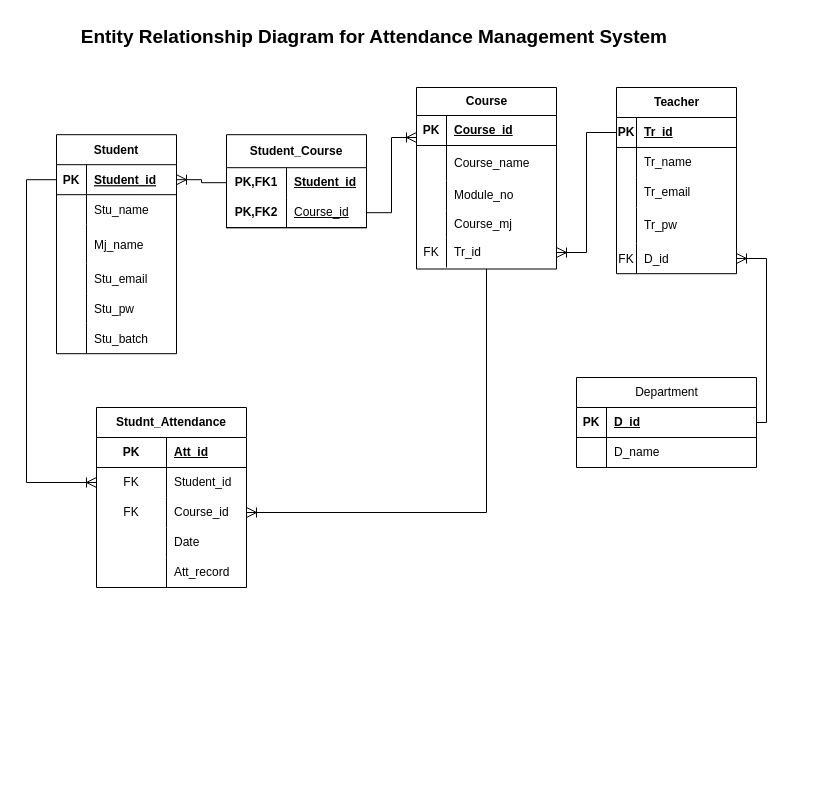
KhunMaungNgwee/InternShipProject keeps this draw.io diagram as ER.drawio. Above is the earlier version. Source tidied: cells renumbered, new cells numbered last; positions are measured from the earlier drawing's top-left corner, leaving out a move shared by most shapes. Both pictures are drawn from the tidied source at 100%, with x=0, y=0 at pixel (26, 17).
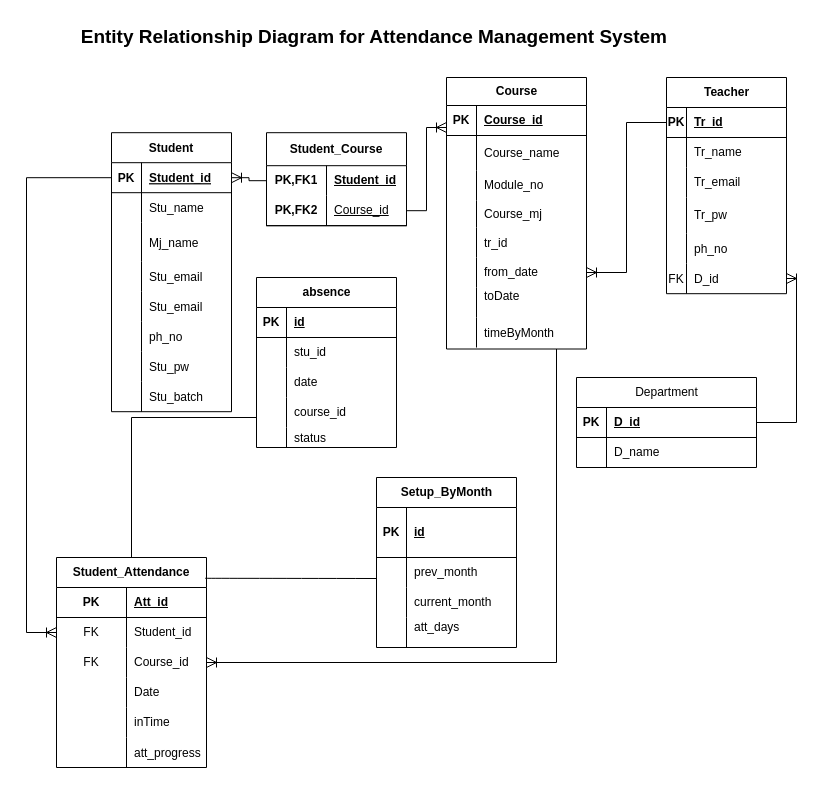
The same diagram, later.

The change refers to these unchanged cells:
```xml
<mxCell id="44" style="shape=tableRow;horizontal=0;startSize=0;swimlaneHead=0;swimlaneBody=0;fillColor=none;points=[[0,0.5],[1,0.5]];portConstraint=eastwest;top=0;left=0;right=0;bottom=0;" parent="37" vertex="1">
  <mxGeometry y="90" width="150" height="30" as="geometry" />
</mxCell>
<mxCell id="50" style="shape=tableRow;horizontal=0;startSize=0;swimlaneHead=0;swimlaneBody=0;fillColor=none;top=0;left=0;right=0;bottom=0;html=1;" parent="37" vertex="1">
  <mxGeometry y="150" width="150" height="30" as="geometry" />
</mxCell>
```

Diff of the diagram source:
```diff
@@
     <mxCell id="2" value="Student" style="shape=table;startSize=30;childLayout=tableLayout;rowLines=0;fontStyle=1;align=center;" parent="1" vertex="1">
-      <mxGeometry x="30" y="117.2" width="120" height="219" as="geometry" />
+      <mxGeometry x="85" y="115.2" width="120" height="279" as="geometry" />
     </mxCell>
@@
+    <mxCell id="90" style="shape=tableRow;horizontal=0;startSize=0;swimlaneHead=0;swimlaneBody=0;fillColor=none;top=0;left=0;right=0;bottom=0;" parent="2" vertex="1">
+      <mxGeometry y="129" width="120" height="30" as="geometry" />
+    </mxCell>
+    <mxCell id="91" style="shape=partialRectangle;fillColor=none;top=0;left=0;bottom=0;right=0;overflow=hidden;" parent="90" vertex="1">
+      <mxGeometry width="30" height="30" as="geometry" />
+    </mxCell>
+    <mxCell id="92" value="Stu_email" style="shape=partialRectangle;fillColor=none;top=0;left=0;bottom=0;right=0;align=left;spacingLeft=6;overflow=hidden;" parent="90" vertex="1">
+      <mxGeometry x="30" width="90" height="30" as="geometry" />
+    </mxCell>
     <mxCell id="12" style="shape=tableRow;horizontal=0;startSize=0;swimlaneHead=0;swimlaneBody=0;fillColor=none;top=0;left=0;right=0;bottom=0;" parent="2" vertex="1">
-      <mxGeometry y="129" width="120" height="30" as="geometry" />
+      <mxGeometry y="159" width="120" height="30" as="geometry" />
     </mxCell>
@@
+    <mxCell id="93" style="shape=tableRow;horizontal=0;startSize=0;swimlaneHead=0;swimlaneBody=0;fillColor=none;top=0;left=0;right=0;bottom=0;" parent="2" vertex="1">
+      <mxGeometry y="189" width="120" height="30" as="geometry" />
+    </mxCell>
+    <mxCell id="94" style="shape=partialRectangle;fillColor=none;top=0;left=0;bottom=0;right=0;overflow=hidden;" parent="93" vertex="1">
+      <mxGeometry width="30" height="30" as="geometry" />
+    </mxCell>
+    <mxCell id="95" value="ph_no" style="shape=partialRectangle;fillColor=none;top=0;left=0;bottom=0;right=0;align=left;spacingLeft=6;overflow=hidden;" parent="93" vertex="1">
+      <mxGeometry x="30" width="90" height="30" as="geometry" />
+    </mxCell>
     <mxCell id="15" style="shape=tableRow;horizontal=0;startSize=0;swimlaneHead=0;swimlaneBody=0;fillColor=none;top=0;left=0;right=0;bottom=0;" parent="2" vertex="1">
-      <mxGeometry y="159" width="120" height="30" as="geometry" />
+      <mxGeometry y="219" width="120" height="30" as="geometry" />
     </mxCell>
@@
     <mxCell id="18" style="shape=tableRow;horizontal=0;startSize=0;swimlaneHead=0;swimlaneBody=0;fillColor=none;top=0;left=0;right=0;bottom=0;" parent="2" vertex="1">
-      <mxGeometry y="189" width="120" height="30" as="geometry" />
+      <mxGeometry y="249" width="120" height="30" as="geometry" />
     </mxCell>
@@
     <mxCell id="21" value="Course" style="shape=table;startSize=28;childLayout=tableLayout;rowLines=0;fontStyle=1;align=center;html=1;" parent="1" vertex="1">
-      <mxGeometry x="390" y="70" width="140" height="181.5" as="geometry" />
+      <mxGeometry x="420" y="60" width="140" height="271.5" as="geometry" />
     </mxCell>
@@
+    <mxCell id="96" style="shape=tableRow;horizontal=0;startSize=0;swimlaneHead=0;swimlaneBody=0;fillColor=none;top=0;left=0;right=0;bottom=0;" parent="21" vertex="1">
+      <mxGeometry y="150" width="140" height="30" as="geometry" />
+    </mxCell>
+    <mxCell id="97" style="shape=partialRectangle;fillColor=none;top=0;left=0;bottom=0;right=0;overflow=hidden;" parent="96" vertex="1">
+      <mxGeometry width="30" height="30" as="geometry" />
+    </mxCell>
+    <mxCell id="98" value="tr_id" style="shape=partialRectangle;fillColor=none;top=0;left=0;bottom=0;right=0;align=left;spacingLeft=6;overflow=hidden;" parent="96" vertex="1">
+      <mxGeometry x="30" width="110" height="30" as="geometry" />
+    </mxCell>
     <mxCell id="34" style="shape=tableRow;horizontal=0;startSize=0;swimlaneHead=0;swimlaneBody=0;fillColor=none;points=[[0,0.5],[1,0.5]];portConstraint=eastwest;top=0;left=0;right=0;bottom=0;" parent="21" vertex="1">
-      <mxGeometry y="150" width="140" height="30" as="geometry" />
+      <mxGeometry y="180" width="140" height="30" as="geometry" />
     </mxCell>
-    <mxCell id="35" value="FK" style="shape=partialRectangle;fillColor=none;top=0;left=0;bottom=0;right=0;fontStyle=0;overflow=hidden;whiteSpace=wrap;html=1;" parent="34" vertex="1">
+    <mxCell id="35" style="shape=partialRectangle;fillColor=none;top=0;left=0;bottom=0;right=0;fontStyle=0;overflow=hidden;whiteSpace=wrap;html=1;" parent="34" vertex="1">
       <mxGeometry width="30" height="30" as="geometry" />
     </mxCell>
-    <mxCell id="36" value="Tr_id" style="shape=partialRectangle;fillColor=none;top=0;left=0;bottom=0;right=0;align=left;spacingLeft=6;fontStyle=0;overflow=hidden;whiteSpace=wrap;html=1;" parent="34" vertex="1">
+    <mxCell id="36" value="from_date" style="shape=partialRectangle;fillColor=none;top=0;left=0;bottom=0;right=0;align=left;spacingLeft=6;fontStyle=0;overflow=hidden;whiteSpace=wrap;html=1;" parent="34" vertex="1">
       <mxGeometry x="30" width="110" height="30" as="geometry" />
     </mxCell>
+    <mxCell id="99" style="shape=tableRow;horizontal=0;startSize=0;swimlaneHead=0;swimlaneBody=0;fillColor=none;top=0;left=0;right=0;bottom=0;" parent="21" vertex="1">
+      <mxGeometry y="210" width="140" height="30" as="geometry" />
+    </mxCell>
+    <mxCell id="100" style="shape=partialRectangle;fillColor=none;top=0;left=0;bottom=0;right=0;overflow=hidden;" parent="99" vertex="1">
+      <mxGeometry width="30" height="30" as="geometry" />
+    </mxCell>
+    <mxCell id="101" value="toDate&#10;" style="shape=partialRectangle;fillColor=none;top=0;left=0;bottom=0;right=0;align=left;spacingLeft=6;overflow=hidden;" parent="99" vertex="1">
+      <mxGeometry x="30" width="110" height="30" as="geometry" />
+    </mxCell>
+    <mxCell id="102" style="shape=tableRow;horizontal=0;startSize=0;swimlaneHead=0;swimlaneBody=0;fillColor=none;top=0;left=0;right=0;bottom=0;" parent="21" vertex="1">
+      <mxGeometry y="240" width="140" height="30" as="geometry" />
+    </mxCell>
+    <mxCell id="103" style="shape=partialRectangle;fillColor=none;top=0;left=0;bottom=0;right=0;overflow=hidden;" parent="102" vertex="1">
+      <mxGeometry width="30" height="30" as="geometry" />
+    </mxCell>
+    <mxCell id="104" value="timeByMonth" style="shape=partialRectangle;fillColor=none;top=0;left=0;bottom=0;right=0;align=left;spacingLeft=6;overflow=hidden;" parent="102" vertex="1">
+      <mxGeometry x="30" width="110" height="30" as="geometry" />
+    </mxCell>
-    <mxCell id="37" value="&lt;span style=&quot;text-wrap: nowrap;&quot;&gt;Studnt_Attendance&lt;/span&gt;" style="shape=table;startSize=30;childLayout=tableLayout;rowLines=0;fontStyle=1;align=center;html=1;whiteSpace=wrap;flipV=0;" parent="1" vertex="1">
-      <mxGeometry x="70" y="390" width="150" height="180" as="geometry" />
+    <mxCell id="37" value="&lt;span style=&quot;text-wrap: nowrap;&quot;&gt;Student_Attendance&lt;/span&gt;" style="shape=table;startSize=30;childLayout=tableLayout;rowLines=0;fontStyle=1;align=center;html=1;whiteSpace=wrap;flipV=0;" parent="1" vertex="1">
+      <mxGeometry x="30" y="540" width="150" height="210" as="geometry" />
     </mxCell>
@@
-    <mxCell id="52" value="Att_record" style="shape=partialRectangle;fillColor=none;top=0;left=0;bottom=0;right=0;align=left;spacingLeft=6;overflow=hidden;html=1;whiteSpace=wrap;" parent="50" vertex="1">
+    <mxCell id="52" value="inTime" style="shape=partialRectangle;fillColor=none;top=0;left=0;bottom=0;right=0;align=left;spacingLeft=6;overflow=hidden;html=1;whiteSpace=wrap;" parent="50" vertex="1">
       <mxGeometry x="70" width="80" height="30" as="geometry" />
     </mxCell>
+    <mxCell id="105" style="shape=tableRow;horizontal=0;startSize=0;swimlaneHead=0;swimlaneBody=0;fillColor=none;top=0;left=0;right=0;bottom=0;" parent="37" vertex="1">
+      <mxGeometry y="180" width="150" height="30" as="geometry" />
+    </mxCell>
+    <mxCell id="106" style="shape=partialRectangle;fillColor=none;top=0;left=0;bottom=0;right=0;overflow=hidden;" parent="105" vertex="1">
+      <mxGeometry width="70" height="30" as="geometry" />
+    </mxCell>
+    <mxCell id="107" value="att_progress" style="shape=partialRectangle;fillColor=none;top=0;left=0;bottom=0;right=0;align=left;spacingLeft=6;overflow=hidden;" parent="105" vertex="1">
+      <mxGeometry x="70" width="80" height="30" as="geometry" />
+    </mxCell>
     <mxCell id="53" value="Teacher" style="shape=table;startSize=30;childLayout=tableLayout;rowLines=0;fontStyle=1;align=center;html=1;" parent="1" vertex="1">
-      <mxGeometry x="590" y="70" width="120" height="186.2" as="geometry" />
+      <mxGeometry x="640" y="60" width="120" height="216.2" as="geometry" />
     </mxCell>
@@
+    <mxCell id="108" style="shape=tableRow;horizontal=0;startSize=0;swimlaneHead=0;swimlaneBody=0;fillColor=none;top=0;left=0;right=0;bottom=0;" parent="53" vertex="1">
+      <mxGeometry y="156" width="120" height="30" as="geometry" />
+    </mxCell>
+    <mxCell id="109" style="shape=partialRectangle;fillColor=none;top=0;left=0;bottom=0;right=0;overflow=hidden;" parent="108" vertex="1">
+      <mxGeometry width="20" height="30" as="geometry" />
+    </mxCell>
+    <mxCell id="110" value="ph_no" style="shape=partialRectangle;fillColor=none;top=0;left=0;bottom=0;right=0;align=left;spacingLeft=6;overflow=hidden;" parent="108" vertex="1">
+      <mxGeometry x="20" width="100" height="30" as="geometry" />
+    </mxCell>
     <mxCell id="66" style="shape=tableRow;horizontal=0;startSize=0;swimlaneHead=0;swimlaneBody=0;fillColor=none;points=[[0,0.5],[1,0.5]];portConstraint=eastwest;top=0;left=0;right=0;bottom=0;" parent="53" vertex="1">
-      <mxGeometry y="156" width="120" height="30" as="geometry" />
+      <mxGeometry y="186" width="120" height="30" as="geometry" />
     </mxCell>
@@
     <mxCell id="71" value="Student_Course" style="shape=table;startSize=33;childLayout=tableLayout;rowLines=0;fontStyle=1;align=center;html=1;whiteSpace=wrap;" parent="1" vertex="1">
-      <mxGeometry x="200" y="117.2" width="140" height="93" as="geometry" />
+      <mxGeometry x="240" y="115.2" width="140" height="93" as="geometry" />
     </mxCell>
@@
-    <mxCell id="89" style="edgeStyle=elbowEdgeStyle;fontSize=12;html=1;endArrow=ERoneToMany;rounded=0;startSize=8;endSize=8;entryX=1;entryY=0.5;entryDx=0;entryDy=0;exitX=0.5;exitY=1;exitDx=0;exitDy=0;elbow=vertical;" parent="1" edge="1" source="21" target="44">
+    <mxCell id="89" style="edgeStyle=elbowEdgeStyle;fontSize=12;html=1;endArrow=ERoneToMany;rounded=0;startSize=8;endSize=8;entryX=1;entryY=0.5;entryDx=0;entryDy=0;exitX=0.5;exitY=1;exitDx=0;exitDy=0;elbow=vertical;" parent="1" edge="1" target="44">
       <mxGeometry relative="1" as="geometry">
+        <mxPoint x="530" y="331.5" as="sourcePoint" />
         <Array as="points">
-          <mxPoint x="380" y="495" />
+          <mxPoint x="400" y="645" />
         </Array>
       </mxGeometry>
     </mxCell>
+    <mxCell id="111" value="Setup_ByMonth" style="shape=table;startSize=30;childLayout=tableLayout;rowLines=0;fontStyle=1;align=center;html=1;" parent="1" vertex="1">
+      <mxGeometry x="350" y="460" width="140" height="170" as="geometry" />
+    </mxCell>
+    <mxCell id="112" style="shape=tableRow;horizontal=0;startSize=0;swimlaneHead=0;swimlaneBody=0;fillColor=none;top=0;left=0;right=0;bottom=1;" parent="111" vertex="1">
+      <mxGeometry y="30" width="140" height="50" as="geometry" />
+    </mxCell>
+    <mxCell id="113" value="PK" style="shape=partialRectangle;fillColor=none;top=0;left=0;bottom=0;right=0;fontStyle=1;overflow=hidden;whiteSpace=wrap;html=1;" parent="112" vertex="1">
+      <mxGeometry width="30" height="50" as="geometry" />
+    </mxCell>
+    <mxCell id="114" value="id" style="shape=partialRectangle;fillColor=none;top=0;left=0;bottom=0;right=0;align=left;spacingLeft=6;fontStyle=5;overflow=hidden;whiteSpace=wrap;html=1;" parent="112" vertex="1">
+      <mxGeometry x="30" width="110" height="50" as="geometry" />
+    </mxCell>
+    <mxCell id="115" style="shape=tableRow;horizontal=0;startSize=0;swimlaneHead=0;swimlaneBody=0;fillColor=none;top=0;left=0;right=0;bottom=0;" parent="111" vertex="1">
+      <mxGeometry y="80" width="140" height="30" as="geometry" />
+    </mxCell>
+    <mxCell id="116" style="shape=partialRectangle;fillColor=none;top=0;left=0;bottom=0;right=0;overflow=hidden;whiteSpace=wrap;html=1;" parent="115" vertex="1">
+      <mxGeometry width="30" height="30" as="geometry" />
+    </mxCell>
+    <mxCell id="117" value="prev_month&amp;nbsp;" style="shape=partialRectangle;fillColor=none;top=0;left=0;bottom=0;right=0;align=left;spacingLeft=6;overflow=hidden;whiteSpace=wrap;html=1;" parent="115" vertex="1">
+      <mxGeometry x="30" width="110" height="30" as="geometry" />
+    </mxCell>
+    <mxCell id="118" style="shape=tableRow;horizontal=0;startSize=0;swimlaneHead=0;swimlaneBody=0;fillColor=none;top=0;left=0;right=0;bottom=0;" parent="111" vertex="1">
+      <mxGeometry y="110" width="140" height="30" as="geometry" />
+    </mxCell>
+    <mxCell id="119" style="shape=partialRectangle;fillColor=none;top=0;left=0;bottom=0;right=0;overflow=hidden;whiteSpace=wrap;html=1;" parent="118" vertex="1">
+      <mxGeometry width="30" height="30" as="geometry" />
+    </mxCell>
+    <mxCell id="120" value="current_month" style="shape=partialRectangle;fillColor=none;top=0;left=0;bottom=0;right=0;align=left;spacingLeft=6;overflow=hidden;whiteSpace=wrap;html=1;" parent="118" vertex="1">
+      <mxGeometry x="30" width="110" height="30" as="geometry" />
+    </mxCell>
+    <mxCell id="121" style="shape=tableRow;horizontal=0;startSize=0;swimlaneHead=0;swimlaneBody=0;fillColor=none;top=0;left=0;right=0;bottom=0;" parent="111" vertex="1">
+      <mxGeometry y="140" width="140" height="30" as="geometry" />
+    </mxCell>
+    <mxCell id="122" style="shape=partialRectangle;fillColor=none;top=0;left=0;bottom=0;right=0;overflow=hidden;whiteSpace=wrap;html=1;" parent="121" vertex="1">
+      <mxGeometry width="30" height="30" as="geometry" />
+    </mxCell>
+    <mxCell id="123" value="att_days&lt;div&gt;&lt;br&gt;&lt;/div&gt;" style="shape=partialRectangle;fillColor=none;top=0;left=0;bottom=0;right=0;align=left;spacingLeft=6;overflow=hidden;whiteSpace=wrap;html=1;" parent="121" vertex="1">
+      <mxGeometry x="30" width="110" height="30" as="geometry" />
+    </mxCell>
+    <mxCell id="124" value="absence" style="shape=table;startSize=30;childLayout=tableLayout;rowLines=0;fontStyle=1;align=center;html=1;" parent="1" vertex="1">
+      <mxGeometry x="230" y="260" width="140" height="170" as="geometry" />
+    </mxCell>
+    <mxCell id="125" style="shape=tableRow;horizontal=0;startSize=0;swimlaneHead=0;swimlaneBody=0;fillColor=none;top=0;left=0;right=0;bottom=1;" parent="124" vertex="1">
+      <mxGeometry y="30" width="140" height="30" as="geometry" />
+    </mxCell>
+    <mxCell id="126" value="PK" style="shape=partialRectangle;fillColor=none;top=0;left=0;bottom=0;right=0;fontStyle=1;overflow=hidden;whiteSpace=wrap;html=1;" parent="125" vertex="1">
+      <mxGeometry width="30" height="30" as="geometry" />
+    </mxCell>
+    <mxCell id="127" value="id" style="shape=partialRectangle;fillColor=none;top=0;left=0;bottom=0;right=0;align=left;spacingLeft=6;fontStyle=5;overflow=hidden;whiteSpace=wrap;html=1;" parent="125" vertex="1">
+      <mxGeometry x="30" width="110" height="30" as="geometry" />
+    </mxCell>
+    <mxCell id="128" style="shape=tableRow;horizontal=0;startSize=0;swimlaneHead=0;swimlaneBody=0;fillColor=none;points=[[0,0.5],[1,0.5]];portConstraint=eastwest;top=0;left=0;right=0;bottom=0;" parent="124" vertex="1">
+      <mxGeometry y="60" width="140" height="30" as="geometry" />
+    </mxCell>
+    <mxCell id="129" style="shape=partialRectangle;fillColor=none;top=0;left=0;bottom=0;right=0;overflow=hidden;whiteSpace=wrap;html=1;" parent="128" vertex="1">
+      <mxGeometry width="30" height="30" as="geometry" />
+    </mxCell>
+    <mxCell id="130" value="stu_id" style="shape=partialRectangle;fillColor=none;top=0;left=0;bottom=0;right=0;align=left;spacingLeft=6;overflow=hidden;whiteSpace=wrap;html=1;" parent="128" vertex="1">
+      <mxGeometry x="30" width="110" height="30" as="geometry" />
+    </mxCell>
+    <mxCell id="131" style="shape=tableRow;horizontal=0;startSize=0;swimlaneHead=0;swimlaneBody=0;fillColor=none;top=0;left=0;right=0;bottom=0;" parent="124" vertex="1">
+      <mxGeometry y="90" width="140" height="30" as="geometry" />
+    </mxCell>
+    <mxCell id="132" style="shape=partialRectangle;fillColor=none;top=0;left=0;bottom=0;right=0;overflow=hidden;whiteSpace=wrap;html=1;" parent="131" vertex="1">
+      <mxGeometry width="30" height="30" as="geometry" />
+    </mxCell>
+    <mxCell id="133" value="date" style="shape=partialRectangle;fillColor=none;top=0;left=0;bottom=0;right=0;align=left;spacingLeft=6;overflow=hidden;whiteSpace=wrap;html=1;" parent="131" vertex="1">
+      <mxGeometry x="30" width="110" height="30" as="geometry" />
+    </mxCell>
+    <mxCell id="134" style="shape=tableRow;horizontal=0;startSize=0;swimlaneHead=0;swimlaneBody=0;fillColor=none;top=0;left=0;right=0;bottom=0;" parent="124" vertex="1">
+      <mxGeometry y="120" width="140" height="30" as="geometry" />
+    </mxCell>
+    <mxCell id="135" style="shape=partialRectangle;fillColor=none;top=0;left=0;bottom=0;right=0;overflow=hidden;whiteSpace=wrap;html=1;" parent="134" vertex="1">
+      <mxGeometry width="30" height="30" as="geometry" />
+    </mxCell>
+    <mxCell id="136" value="course_id" style="shape=partialRectangle;fillColor=none;top=0;left=0;bottom=0;right=0;align=left;spacingLeft=6;overflow=hidden;whiteSpace=wrap;html=1;" parent="134" vertex="1">
+      <mxGeometry x="30" width="110" height="30" as="geometry" />
+    </mxCell>
+    <mxCell id="137" style="shape=tableRow;horizontal=0;startSize=0;swimlaneHead=0;swimlaneBody=0;fillColor=none;top=0;left=0;right=0;bottom=0;" parent="124" vertex="1">
+      <mxGeometry y="150" width="140" height="20" as="geometry" />
+    </mxCell>
+    <mxCell id="138" style="shape=partialRectangle;fillColor=none;top=0;left=0;bottom=0;right=0;overflow=hidden;" parent="137" vertex="1">
+      <mxGeometry width="30" height="20" as="geometry" />
+    </mxCell>
+    <mxCell id="139" value="status" style="shape=partialRectangle;fillColor=none;top=0;left=0;bottom=0;right=0;align=left;spacingLeft=6;overflow=hidden;" parent="137" vertex="1">
+      <mxGeometry x="30" width="110" height="20" as="geometry" />
+    </mxCell>
+    <mxCell id="140" style="endArrow=none;html=1;rounded=0;fontSize=12;startSize=8;endSize=8;exitX=0.5;exitY=0;exitDx=0;exitDy=0;entryX=0;entryY=0.5;entryDx=0;entryDy=0;edgeStyle=orthogonalEdgeStyle;" parent="1" edge="1" source="37" target="128">
+      <mxGeometry relative="1" as="geometry">
+        <Array as="points">
+          <mxPoint x="105" y="400" />
+          <mxPoint x="230" y="400" />
+        </Array>
+      </mxGeometry>
+    </mxCell>
+    <mxCell id="141" style="endArrow=none;html=1;rounded=0;fontSize=12;startSize=8;endSize=8;curved=1;exitX=0.991;exitY=0.099;exitDx=0;exitDy=0;exitPerimeter=0;" parent="1" edge="1" source="37">
+      <mxGeometry relative="1" as="geometry">
+        <mxPoint x="350" y="561" as="targetPoint" />
+      </mxGeometry>
+    </mxCell>
```
